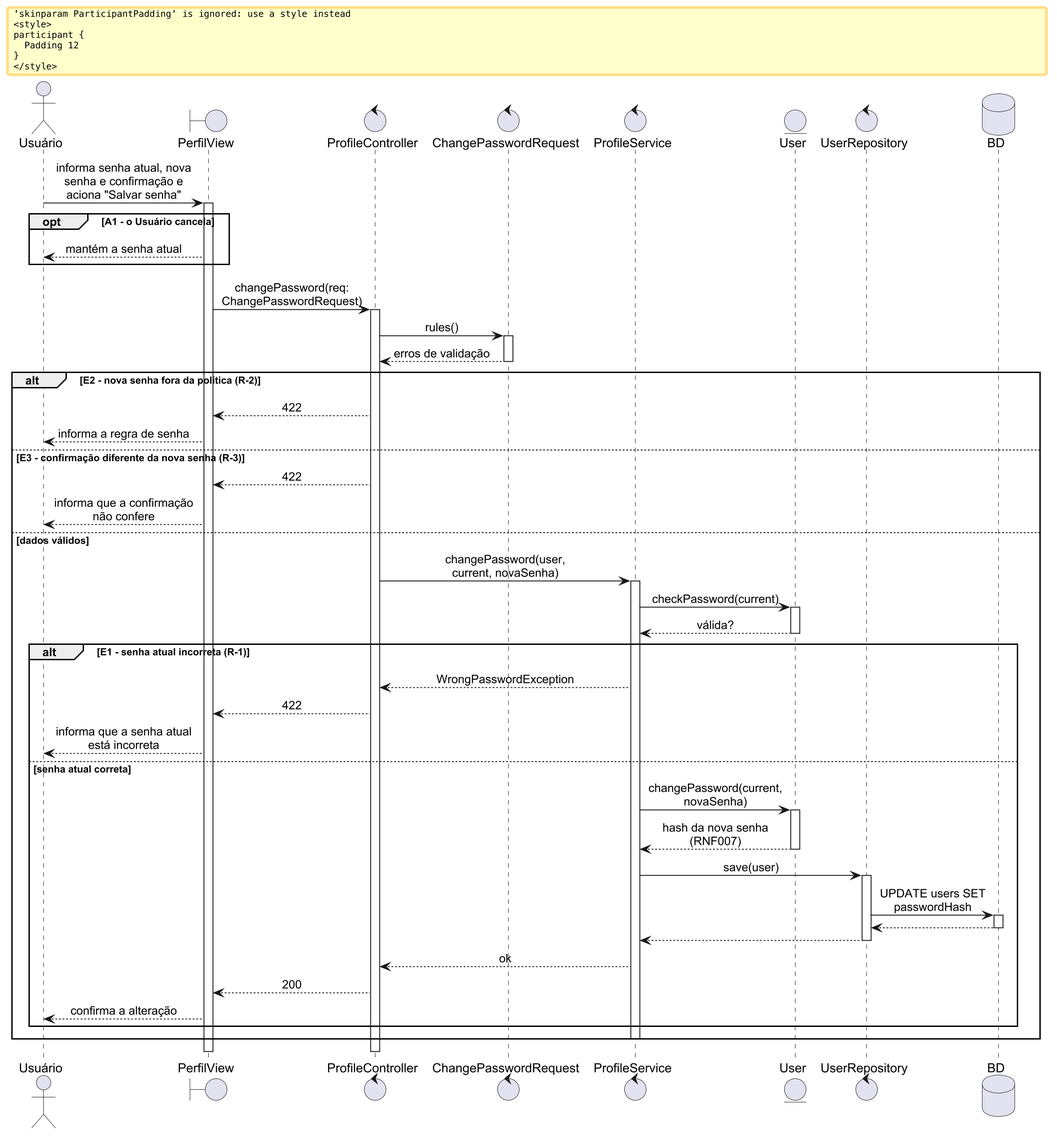
Above: especificacao/diagramas/14-sequencia-uc017.png in Plataforma-de-Cursos-TCC/plataforma-cursos-docs (PlantUML), before the change. Its diagram source:
```plantuml
@startuml 14-sequencia-uc017
skinparam shadowing false
skinparam dpi 192
skinparam defaultFontName Arial
skinparam sequenceMessageAlign center
skinparam responseMessageBelowArrow true
skinparam wrapMessageWidth 170
skinparam ParticipantPadding 12
skinparam BoxPadding 8

actor "Usuário" as USU
boundary PerfilView as V
control ProfileController as C
control ChangePasswordRequest as Q
control ProfileService as S
entity User as U
control UserRepository as R
database BD

USU -> V ++ : informa senha atual, nova senha e confirmação e aciona "Salvar senha"
opt A1 - o Usuário cancela
  V --> USU : mantém a senha atual
end
V -> C ++ : changePassword(req: ChangePasswordRequest)
C -> Q ++ : rules()
Q --> C -- : erros de validação
alt E2 - nova senha fora da política (R-2)
  C --> V : 422
  V --> USU : informa a regra de senha
else E3 - confirmação diferente da nova senha (R-3)
  C --> V : 422
  V --> USU : informa que a confirmação não confere
else dados válidos
  C -> S ++ : changePassword(user, current, novaSenha)
  S -> U ++ : checkPassword(current)
  U --> S -- : válida?
  alt E1 - senha atual incorreta (R-1)
    S --> C : WrongPasswordException
    C --> V : 422
    V --> USU : informa que a senha atual está incorreta
  else senha atual correta
    S -> U ++ : changePassword(current, novaSenha)
    U --> S -- : hash da nova senha (RNF007)
    S -> R ++ : save(user)
    R -> BD ++ : UPDATE users SET passwordHash
    BD --> R --
    R --> S --
    S --> C : ok
    C --> V : 200
    V --> USU : confirma a alteração
  end
  deactivate S
end
deactivate C
deactivate V
@enduml
```
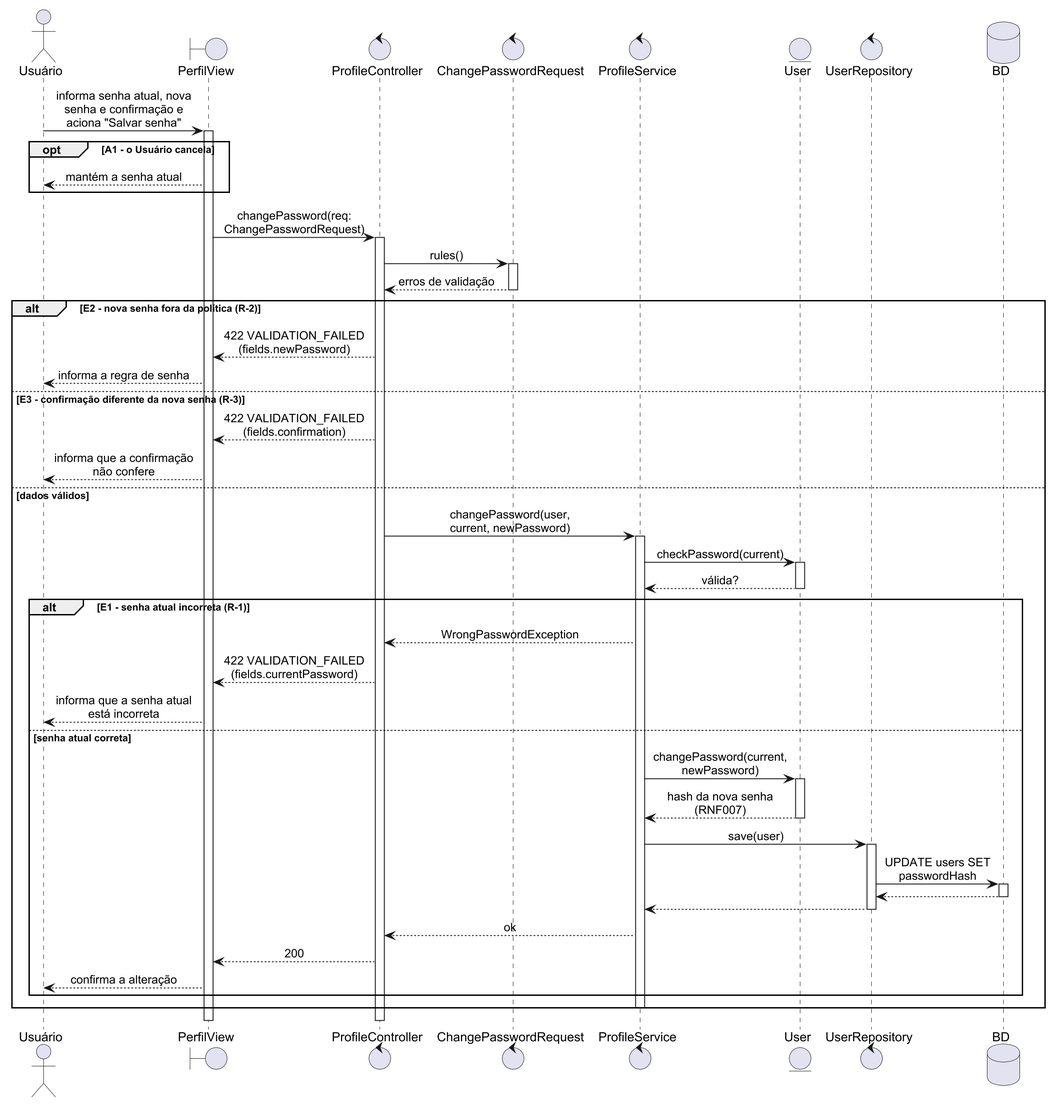
After the commit.

The edit, as a diff of the source:
```diff
@@ -5,7 +5,6 @@
 skinparam sequenceMessageAlign center
 skinparam responseMessageBelowArrow true
 skinparam wrapMessageWidth 170
-skinparam ParticipantPadding 12
 skinparam BoxPadding 8
 
 actor "Usuário" as USU
@@ -25,21 +24,21 @@
 C -> Q ++ : rules()
 Q --> C -- : erros de validação
 alt E2 - nova senha fora da política (R-2)
-  C --> V : 422
+  C --> V : 422 VALIDATION_FAILED (fields.newPassword)
   V --> USU : informa a regra de senha
 else E3 - confirmação diferente da nova senha (R-3)
-  C --> V : 422
+  C --> V : 422 VALIDATION_FAILED (fields.confirmation)
   V --> USU : informa que a confirmação não confere
 else dados válidos
-  C -> S ++ : changePassword(user, current, novaSenha)
+  C -> S ++ : changePassword(user, current, newPassword)
   S -> U ++ : checkPassword(current)
   U --> S -- : válida?
   alt E1 - senha atual incorreta (R-1)
     S --> C : WrongPasswordException
-    C --> V : 422
+    C --> V : 422 VALIDATION_FAILED (fields.currentPassword)
     V --> USU : informa que a senha atual está incorreta
   else senha atual correta
-    S -> U ++ : changePassword(current, novaSenha)
+    S -> U ++ : changePassword(current, newPassword)
     U --> S -- : hash da nova senha (RNF007)
     S -> R ++ : save(user)
     R -> BD ++ : UPDATE users SET passwordHash
```
